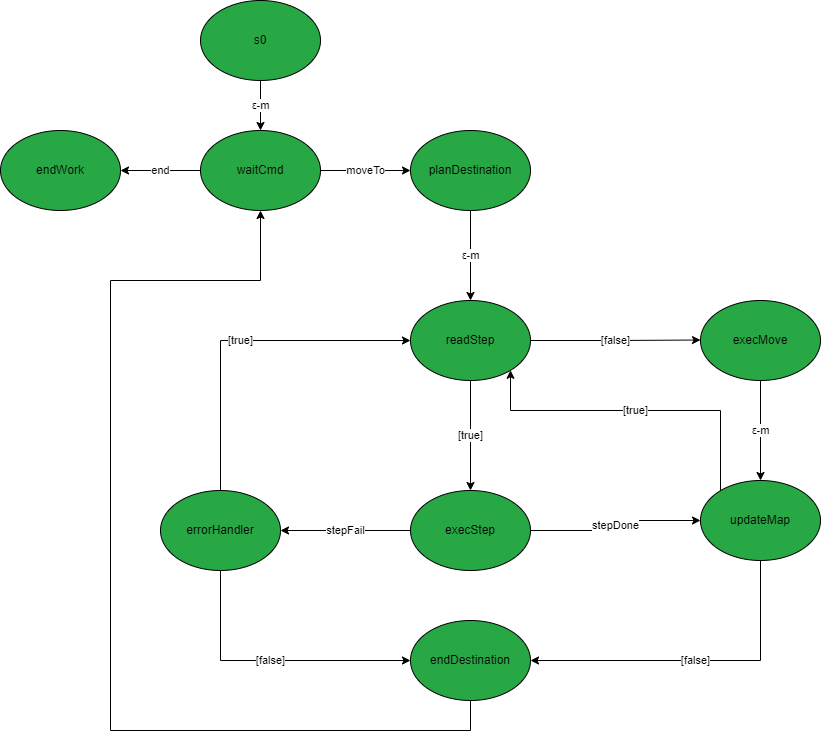
Earlier version of the draw.io export doc/assets/statiWaiterEngine.png (it9tst/iss2020---UniBO). Source tidied: cells renumbered, new cells last; positions are measured from the earlier drawing's top-left corner, leaving out a move shared by most shapes.
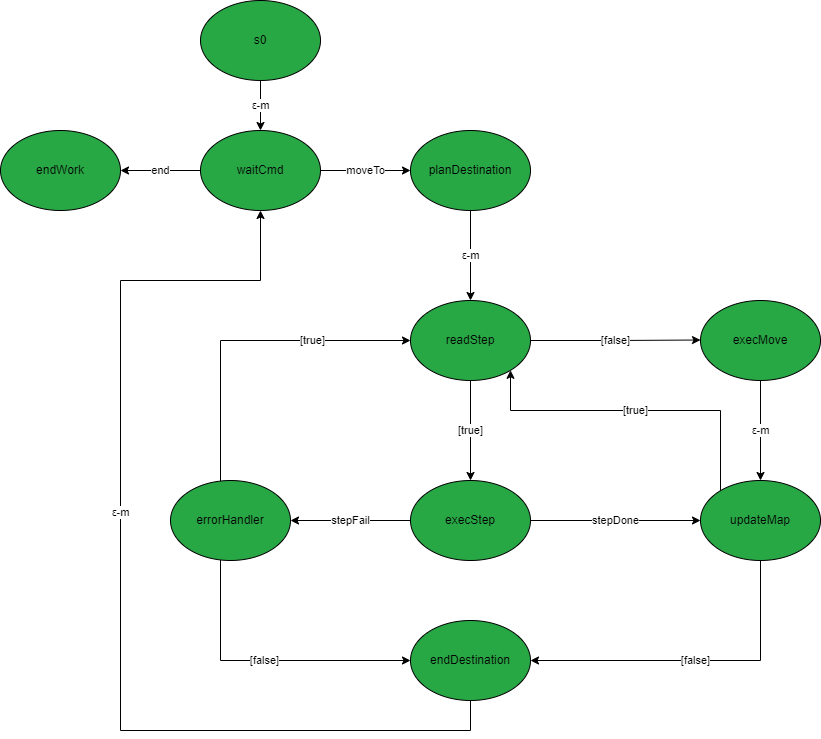
After the commit.

Commit message:
[CT-TEA] Update sprint1 an_probl

The edit, as a diff of the source:
```diff
@@ -41,7 +41,7 @@
       <mxGeometry relative="1" as="geometry" />
     </mxCell>
     <mxCell id="14" value="execStep" style="ellipse;whiteSpace=wrap;html=1;fillColor=#28A745;" parent="1" vertex="1">
-      <mxGeometry x="410" y="490" width="120" height="80" as="geometry" />
+      <mxGeometry x="410" y="480" width="120" height="80" as="geometry" />
     </mxCell>
     <mxCell id="15" value="ε-m" style="edgeStyle=orthogonalEdgeStyle;rounded=0;jettySize=auto;html=1;" parent="1" edge="1" source="16" target="19">
       <mxGeometry relative="1" as="geometry" />
@@ -68,7 +68,7 @@
       <mxGeometry x="700" y="480" width="120" height="80" as="geometry" />
     </mxCell>
     <mxCell id="20" value="[true]" style="edgeStyle=orthogonalEdgeStyle;rounded=0;jettySize=auto;html=1;" parent="1" edge="1" source="22" target="11">
-      <mxGeometry relative="1" as="geometry">
+      <mxGeometry x="0.41" relative="1" as="geometry">
         <Array as="points">
           <mxPoint x="220" y="340" />
         </Array>
@@ -82,14 +82,14 @@
       </mxGeometry>
     </mxCell>
     <mxCell id="22" value="errorHandler" style="ellipse;whiteSpace=wrap;html=1;fillColor=#28A745;" parent="1" vertex="1">
-      <mxGeometry x="160" y="490" width="120" height="80" as="geometry" />
+      <mxGeometry x="170" y="480" width="120" height="80" as="geometry" />
     </mxCell>
-    <mxCell id="23" style="edgeStyle=orthogonalEdgeStyle;rounded=0;jettySize=auto;html=1;entryX=0.5;entryY=1;entryDx=0;entryDy=0;" parent="1" edge="1" source="24" target="6">
-      <mxGeometry relative="1" as="geometry">
+    <mxCell id="23" value="ε-m" style="edgeStyle=orthogonalEdgeStyle;rounded=0;jettySize=auto;html=1;entryX=0.5;entryY=1;entryDx=0;entryDy=0;" parent="1" edge="1" source="24" target="6">
+      <mxGeometry x="0.15" relative="1" as="geometry">
         <Array as="points">
           <mxPoint x="470" y="730" />
-          <mxPoint x="110" y="730" />
-          <mxPoint x="110" y="280" />
+          <mxPoint x="120" y="730" />
+          <mxPoint x="120" y="280" />
           <mxPoint x="260" y="280" />
         </Array>
       </mxGeometry>
```
